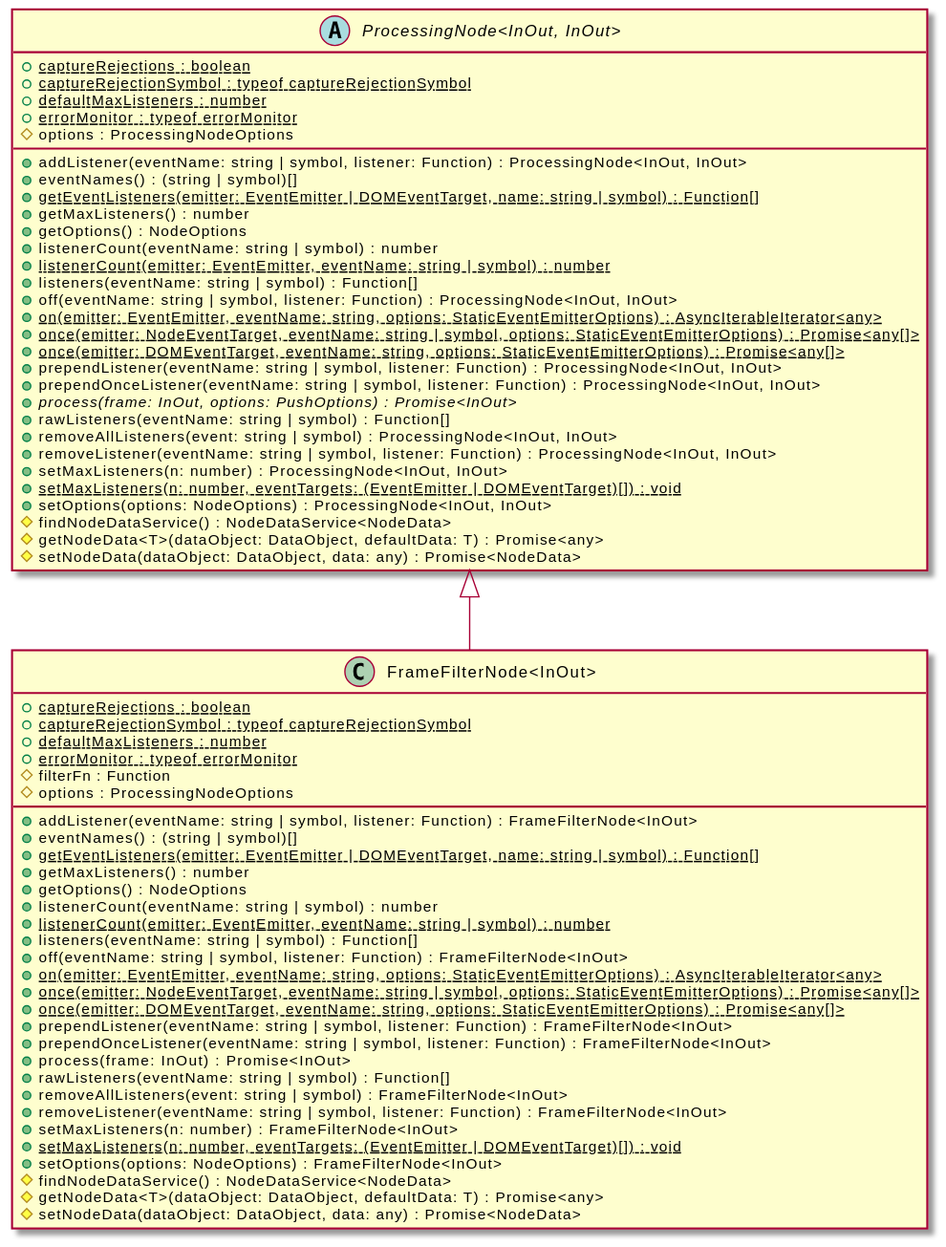
The PlantUML diagram assets/FrameFilterNode-umlClassDiagram-10965.svg in OpenHPS/openhps-core, before a commit.
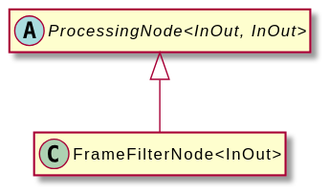
The same file after the commit.

Diff of the diagram source:
```diff
@@ -3,67 +3,8 @@
 hide empty methods
 hide empty fields
 class "FrameFilterNode<InOut>" {
-    {static} +captureRejections : boolean
-    {static} +captureRejectionSymbol : typeof captureRejectionSymbol
-    {static} +defaultMaxListeners : number
-    {static} +errorMonitor : typeof errorMonitor
-    #filterFn : Function
-    #options : ProcessingNodeOptions
-    +addListener(eventName: string | symbol, listener: Function) : FrameFilterNode<InOut>
-    +eventNames() : (string | symbol)[]
-    {static} +getEventListeners(emitter: EventEmitter | DOMEventTarget, name: string | symbol) : Function[]
-    +getMaxListeners() : number
-    +getOptions() : NodeOptions
-    +listenerCount(eventName: string | symbol) : number
-    {static} +listenerCount(emitter: EventEmitter, eventName: string | symbol) : number
-    +listeners(eventName: string | symbol) : Function[]
-    +off(eventName: string | symbol, listener: Function) : FrameFilterNode<InOut>
-    {static} +on(emitter: EventEmitter, eventName: string, options: StaticEventEmitterOptions) : AsyncIterableIterator<any>
-    {static} +once(emitter: NodeEventTarget, eventName: string | symbol, options: StaticEventEmitterOptions) : Promise<any[]>
-    {static} +once(emitter: DOMEventTarget, eventName: string, options: StaticEventEmitterOptions) : Promise<any[]>
-    +prependListener(eventName: string | symbol, listener: Function) : FrameFilterNode<InOut>
-    +prependOnceListener(eventName: string | symbol, listener: Function) : FrameFilterNode<InOut>
-    +process(frame: InOut) : Promise<InOut>
-    +rawListeners(eventName: string | symbol) : Function[]
-    +removeAllListeners(event: string | symbol) : FrameFilterNode<InOut>
-    +removeListener(eventName: string | symbol, listener: Function) : FrameFilterNode<InOut>
-    +setMaxListeners(n: number) : FrameFilterNode<InOut>
-    {static} +setMaxListeners(n: number, eventTargets: (EventEmitter | DOMEventTarget)[]) : void
-    +setOptions(options: NodeOptions) : FrameFilterNode<InOut>
-    #findNodeDataService() : NodeDataService<NodeData>
-    #getNodeData<T>(dataObject: DataObject, defaultData: T) : Promise<any>
-    #setNodeData(dataObject: DataObject, data: any) : Promise<NodeData>
 }
 abstract class "ProcessingNode<InOut, InOut>" {
-    {static} +captureRejections : boolean
-    {static} +captureRejectionSymbol : typeof captureRejectionSymbol
-    {static} +defaultMaxListeners : number
-    {static} +errorMonitor : typeof errorMonitor
-    #options : ProcessingNodeOptions
-    +addListener(eventName: string | symbol, listener: Function) : ProcessingNode<InOut, InOut>
-    +eventNames() : (string | symbol)[]
-    {static} +getEventListeners(emitter: EventEmitter | DOMEventTarget, name: string | symbol) : Function[]
-    +getMaxListeners() : number
-    +getOptions() : NodeOptions
-    +listenerCount(eventName: string | symbol) : number
-    {static} +listenerCount(emitter: EventEmitter, eventName: string | symbol) : number
-    +listeners(eventName: string | symbol) : Function[]
-    +off(eventName: string | symbol, listener: Function) : ProcessingNode<InOut, InOut>
-    {static} +on(emitter: EventEmitter, eventName: string, options: StaticEventEmitterOptions) : AsyncIterableIterator<any>
-    {static} +once(emitter: NodeEventTarget, eventName: string | symbol, options: StaticEventEmitterOptions) : Promise<any[]>
-    {static} +once(emitter: DOMEventTarget, eventName: string, options: StaticEventEmitterOptions) : Promise<any[]>
-    +prependListener(eventName: string | symbol, listener: Function) : ProcessingNode<InOut, InOut>
-    +prependOnceListener(eventName: string | symbol, listener: Function) : ProcessingNode<InOut, InOut>
-    {abstract} +process(frame: InOut, options: PushOptions) : Promise<InOut>
-    +rawListeners(eventName: string | symbol) : Function[]
-    +removeAllListeners(event: string | symbol) : ProcessingNode<InOut, InOut>
-    +removeListener(eventName: string | symbol, listener: Function) : ProcessingNode<InOut, InOut>
-    +setMaxListeners(n: number) : ProcessingNode<InOut, InOut>
-    {static} +setMaxListeners(n: number, eventTargets: (EventEmitter | DOMEventTarget)[]) : void
-    +setOptions(options: NodeOptions) : ProcessingNode<InOut, InOut>
-    #findNodeDataService() : NodeDataService<NodeData>
-    #getNodeData<T>(dataObject: DataObject, defaultData: T) : Promise<any>
-    #setNodeData(dataObject: DataObject, data: any) : Promise<NodeData>
 }
 "ProcessingNode<InOut, InOut>" <|-- "FrameFilterNode<InOut>"
 @enduml
```
